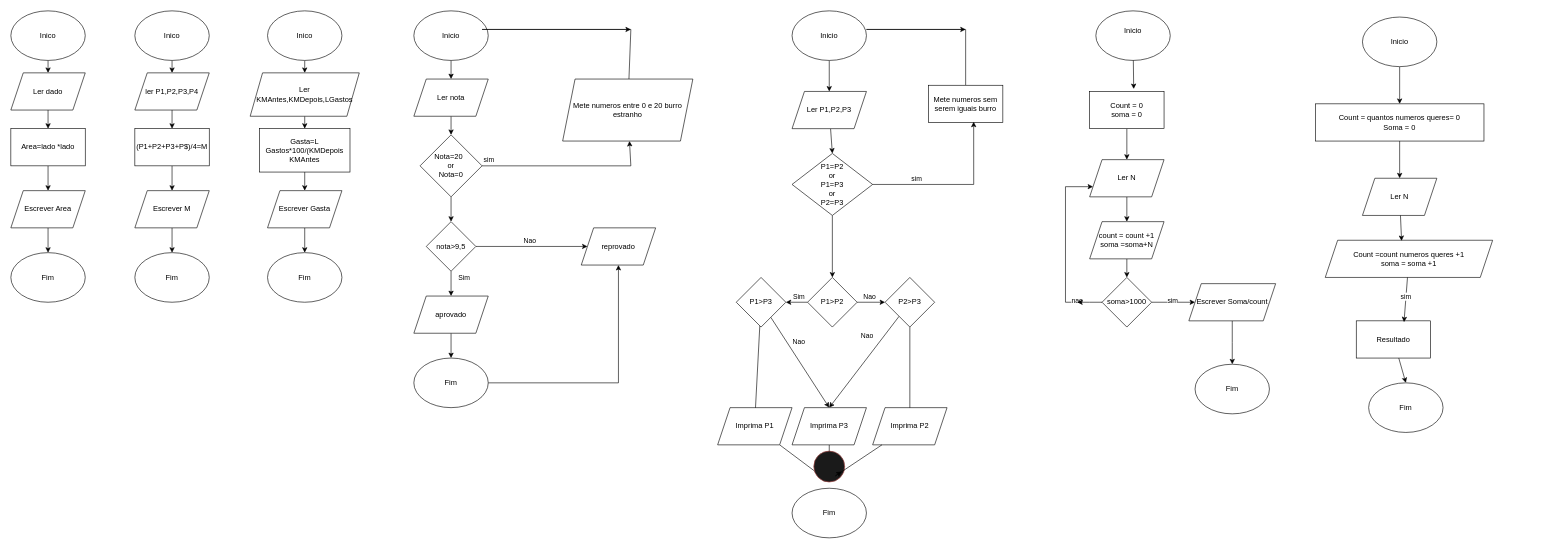
SalvadorCruz0/Fluxogramass keeps this draw.io diagram as Diagrama sem nome.drawio. Above is the earlier version. Source tidied: cells renumbered, new cells numbered last; positions are measured from the earlier drawing's top-left corner, leaving out a move shared by most shapes. Both pictures are drawn from the tidied source at 62%, with x=0, y=0 at pixel (11, 11).
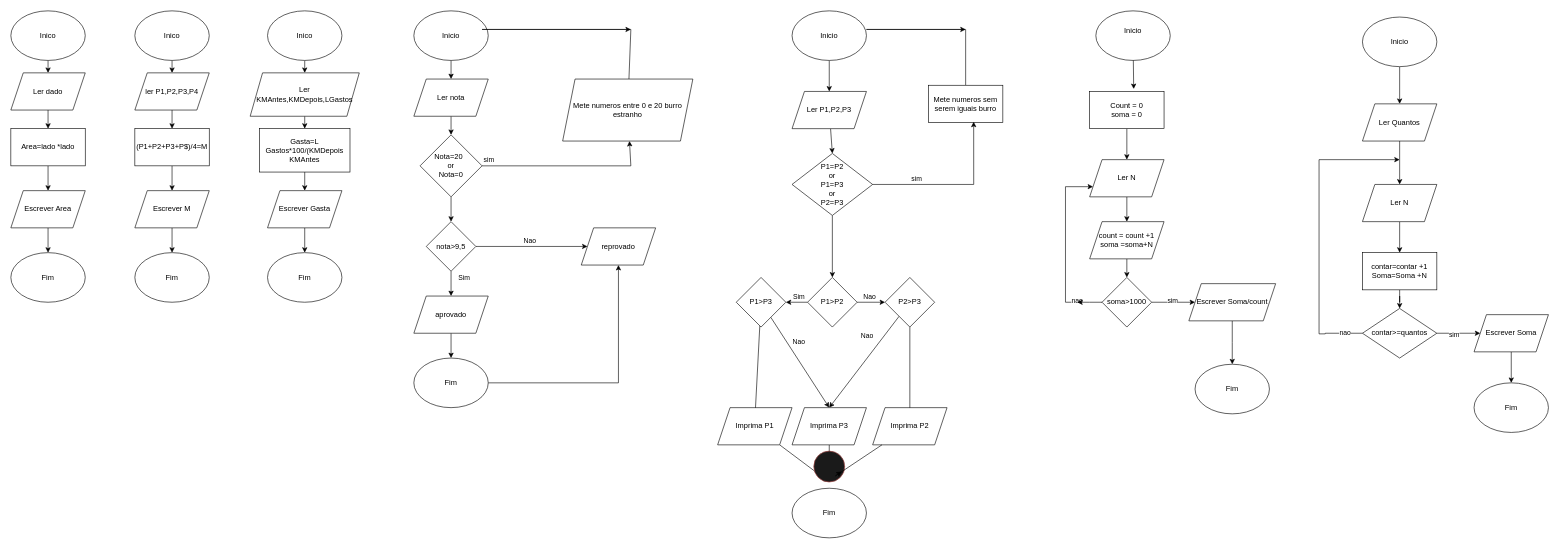
After the change.

Unchanged cells that the change refers to:
```xml
<mxCell id="98" value="Inicio" style="ellipse;whiteSpace=wrap;html=1;" parent="1" vertex="1">
  <mxGeometry x="2180" y="10" width="120" height="80" as="geometry" />
</mxCell>
```

What changed in the source:
```diff
@@
-    <mxCell id="97" style="edgeStyle=none;rounded=0;jettySize=auto;html=1;elbow=vertical;" parent="1" edge="1" source="98" target="100">
-      <mxGeometry relative="1" as="geometry" />
+    <mxCell id="97" style="edgeStyle=none;rounded=0;jettySize=auto;html=1;elbow=vertical;" parent="1" edge="1" source="98">
+      <mxGeometry relative="1" as="geometry">
+        <mxPoint x="2240" y="150" as="targetPoint" />
+      </mxGeometry>
     </mxCell>
@@
-    <mxCell id="99" style="edgeStyle=none;rounded=0;jettySize=auto;html=1;entryX=0.5;entryY=0;entryDx=0;entryDy=0;elbow=vertical;" parent="1" edge="1" source="100" target="101">
-      <mxGeometry relative="1" as="geometry" />
-    </mxCell>
-    <mxCell id="100" value="Count = quantos numeros queres= 0&lt;div&gt;Soma = 0&lt;/div&gt;" style="rounded=0;whiteSpace=wrap;html=1;" parent="1" vertex="1">
-      <mxGeometry x="2104" y="150" width="272" height="60" as="geometry" />
-    </mxCell>
+    <mxCell id="105" value="Fim" style="ellipse;whiteSpace=wrap;html=1;" parent="1" vertex="1">
+      <mxGeometry x="2360" y="600" width="120" height="80" as="geometry" />
+    </mxCell>
+    <mxCell id="109" style="edgeStyle=orthogonalEdgeStyle;rounded=0;jettySize=auto;html=1;" parent="1" edge="1" source="110" target="101">
+      <mxGeometry relative="1" as="geometry" />
+    </mxCell>
+    <mxCell id="110" value="Ler Quantos" style="shape=parallelogram;perimeter=parallelogramPerimeter;whiteSpace=wrap;html=1;fixedSize=1;" parent="1" vertex="1">
+      <mxGeometry x="2180" y="150" width="120" height="60" as="geometry" />
+    </mxCell>
+    <mxCell id="111" style="edgeStyle=orthogonalEdgeStyle;rounded=0;jettySize=auto;html=1;" parent="1" edge="1" source="101" target="113">
+      <mxGeometry relative="1" as="geometry" />
+    </mxCell>
     <mxCell id="101" value="Ler N" style="shape=parallelogram;perimeter=parallelogramPerimeter;whiteSpace=wrap;html=1;fixedSize=1;" parent="1" vertex="1">
-      <mxGeometry x="2180" y="270" width="120" height="60" as="geometry" />
+      <mxGeometry x="2180" y="280" width="120" height="60" as="geometry" />
     </mxCell>
-    <mxCell id="102" value="Count =count numeros queres +1&lt;div&gt;soma = soma +1&lt;/div&gt;" style="shape=parallelogram;perimeter=parallelogramPerimeter;whiteSpace=wrap;html=1;fixedSize=1;" parent="1" vertex="1">
-      <mxGeometry x="2120" y="370" width="270" height="60" as="geometry" />
-    </mxCell>
-    <mxCell id="103" style="edgeStyle=none;rounded=0;jettySize=auto;html=1;entryX=0.5;entryY=0;entryDx=0;entryDy=0;elbow=vertical;" parent="1" edge="1" source="104" target="105">
-      <mxGeometry relative="1" as="geometry" />
-    </mxCell>
-    <mxCell id="104" value="Resultado" style="rounded=0;whiteSpace=wrap;html=1;" parent="1" vertex="1">
-      <mxGeometry x="2170" y="500" width="120" height="60" as="geometry" />
-    </mxCell>
-    <mxCell id="105" value="Fim" style="ellipse;whiteSpace=wrap;html=1;" parent="1" vertex="1">
-      <mxGeometry x="2190" y="600" width="120" height="80" as="geometry" />
-    </mxCell>
-    <mxCell id="106" style="edgeStyle=none;rounded=0;jettySize=auto;html=1;entryX=0.456;entryY=0.017;entryDx=0;entryDy=0;entryPerimeter=0;elbow=vertical;" parent="1" edge="1" source="101" target="102">
-      <mxGeometry relative="1" as="geometry" />
-    </mxCell>
-    <mxCell id="107" style="edgeStyle=none;rounded=0;jettySize=auto;html=1;entryX=0.642;entryY=0.033;entryDx=0;entryDy=0;entryPerimeter=0;elbow=vertical;" parent="1" edge="1" source="102" target="104">
-      <mxGeometry relative="1" as="geometry" />
-    </mxCell>
+    <mxCell id="112" style="edgeStyle=orthogonalEdgeStyle;rounded=0;jettySize=auto;html=1;" parent="1" edge="1" source="113" target="117">
+      <mxGeometry relative="1" as="geometry" />
+    </mxCell>
+    <mxCell id="113" value="contar=contar +1&lt;div&gt;Soma=Soma +N&lt;/div&gt;" style="rounded=0;whiteSpace=wrap;html=1;" parent="1" vertex="1">
+      <mxGeometry x="2180" y="390" width="120" height="60" as="geometry" />
+    </mxCell>
+    <mxCell id="114" style="edgeStyle=orthogonalEdgeStyle;rounded=0;jettySize=auto;html=1;" parent="1" edge="1" source="117">
+      <mxGeometry relative="1" as="geometry">
+        <mxPoint x="2240" y="240" as="targetPoint" />
+        <Array as="points">
+          <mxPoint x="2120" y="520" />
+          <mxPoint x="2120" y="521" />
+          <mxPoint x="2110" y="521" />
+        </Array>
+      </mxGeometry>
+    </mxCell>
+    <mxCell id="115" value="nao" style="edgeLabel;html=1;align=center;verticalAlign=middle;" parent="114" vertex="1">
+      <mxGeometry x="-0.88" y="-2" relative="1" as="geometry" />
+    </mxCell>
+    <mxCell id="116" style="edgeStyle=orthogonalEdgeStyle;rounded=0;jettySize=auto;html=1;" parent="1" edge="1" source="117" target="119">
+      <mxGeometry relative="1" as="geometry" />
+    </mxCell>
-    <mxCell id="108" value="sim" style="edgeLabel;html=1;align=center;verticalAlign=middle;" parent="107" vertex="1">
-      <mxGeometry x="-0.14" y="-1" relative="1" as="geometry" />
+    <mxCell id="108" value="sim" style="edgeLabel;html=1;align=center;verticalAlign=middle;" parent="116" vertex="1">
+      <mxGeometry x="-0.23" y="-2" relative="1" as="geometry" />
     </mxCell>
+    <mxCell id="117" value="contar&amp;gt;=quantos" style="rhombus;whiteSpace=wrap;html=1;" parent="1" vertex="1">
+      <mxGeometry x="2180" y="480" width="120" height="80" as="geometry" />
+    </mxCell>
+    <mxCell id="118" style="edgeStyle=orthogonalEdgeStyle;rounded=0;jettySize=auto;html=1;" parent="1" edge="1" source="119" target="105">
+      <mxGeometry relative="1" as="geometry" />
+    </mxCell>
+    <mxCell id="119" value="Escrever Soma" style="shape=parallelogram;perimeter=parallelogramPerimeter;whiteSpace=wrap;html=1;fixedSize=1;" parent="1" vertex="1">
+      <mxGeometry x="2360" y="490" width="120" height="60" as="geometry" />
+    </mxCell>
```
